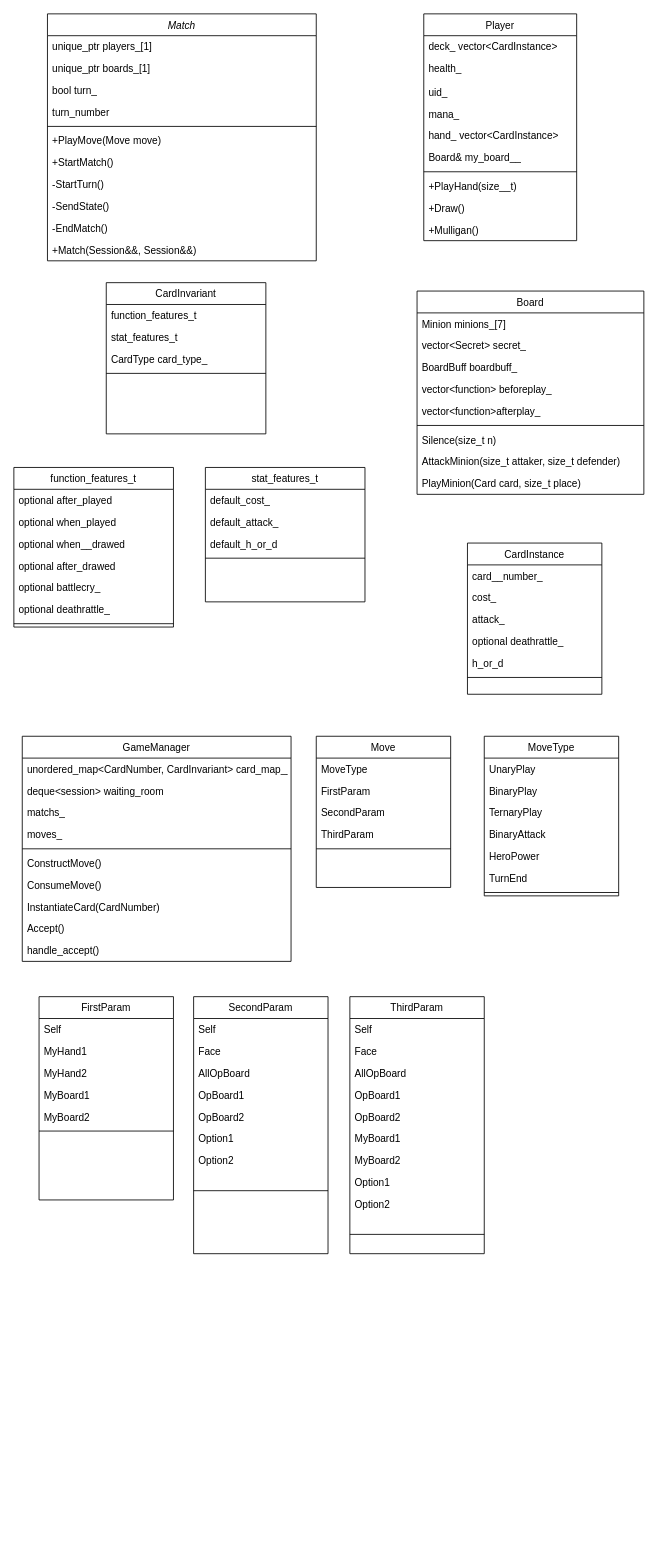
Above: overview.drawio in gsgyuhwan/hs_game_server_toyproject (draw.io), before the change. Source tidied: cells renumbered, new cells numbered last; positions are measured from the earlier drawing's top-left corner, leaving out a move shared by most shapes. Both pictures are drawn from the tidied source at 84%, with x=0, y=0 at pixel (13, 13).
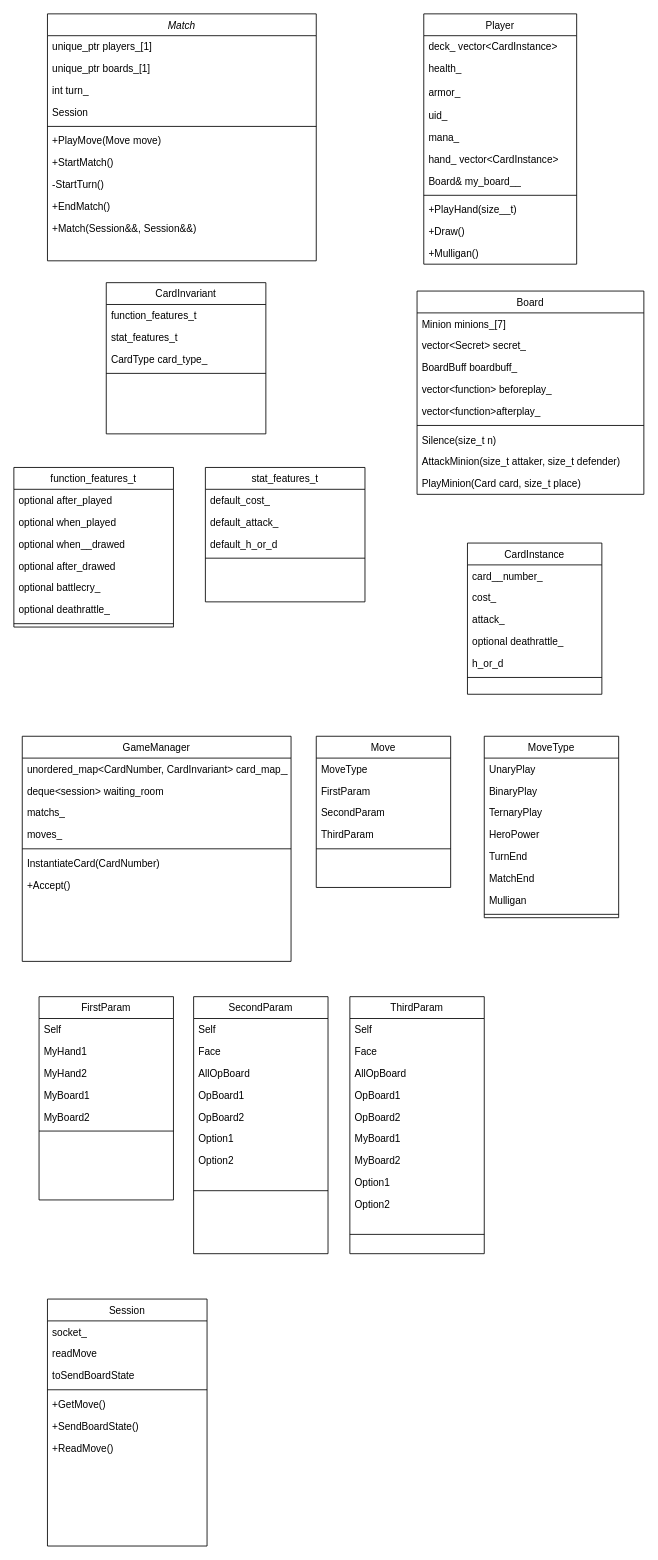
After the change.

The change refers to these unchanged cells:
```xml
<mxCell id="2" value="Match" style="swimlane;fontStyle=2;align=center;verticalAlign=top;horizontal=1;startSize=26;rounded=0;shadow=0;strokeWidth=1;" parent="1" vertex="1">
  <mxGeometry x="40" width="320" height="294" as="geometry" />
</mxCell>
<mxCell id="47" value="GameManager" style="swimlane;fontStyle=0;align=center;verticalAlign=top;horizontal=1;startSize=26;rounded=0;shadow=0;strokeWidth=1;" parent="1" vertex="1">
  <mxGeometry x="10" y="860" width="320" height="268" as="geometry" />
</mxCell>
```

The edit, as a diff of the source:
```diff
@@
-    <mxCell id="5" value="bool turn_" style="text;align=left;verticalAlign=top;spacingLeft=4;spacingRight=4;overflow=hidden;rounded=0;shadow=0;html=0;" parent="2" vertex="1">
+    <mxCell id="5" value="int turn_" style="text;align=left;verticalAlign=top;spacingLeft=4;spacingRight=4;overflow=hidden;rounded=0;shadow=0;html=0;" parent="2" vertex="1">
       <mxGeometry y="78" width="320" height="26" as="geometry" />
     </mxCell>
-    <mxCell id="6" value="turn_number" style="text;align=left;verticalAlign=top;spacingLeft=4;spacingRight=4;overflow=hidden;rounded=0;shadow=0;html=0;" parent="2" vertex="1">
+    <mxCell id="6" value="Session" style="text;align=left;verticalAlign=top;spacingLeft=4;spacingRight=4;overflow=hidden;rounded=0;shadow=0;html=0;" parent="2" vertex="1">
       <mxGeometry y="104" width="320" height="26" as="geometry" />
     </mxCell>
@@
-    <mxCell id="11" value="-SendState()" style="text;align=left;verticalAlign=top;spacingLeft=4;spacingRight=4;overflow=hidden;rounded=0;shadow=0;html=0;" parent="2" vertex="1">
-      <mxGeometry y="216" width="320" height="26" as="geometry" />
-    </mxCell>
-    <mxCell id="12" value="-EndMatch()" style="text;align=left;verticalAlign=top;spacingLeft=4;spacingRight=4;overflow=hidden;rounded=0;shadow=0;html=0;" parent="2" vertex="1">
-      <mxGeometry y="242" width="320" height="26" as="geometry" />
+    <mxCell id="12" value="+EndMatch()" style="text;align=left;verticalAlign=top;spacingLeft=4;spacingRight=4;overflow=hidden;rounded=0;shadow=0;html=0;" parent="2" vertex="1">
+      <mxGeometry y="216" width="320" height="26" as="geometry" />
     </mxCell>
     <mxCell id="13" value="+Match(Session&amp;&amp;, Session&amp;&amp;)" style="text;align=left;verticalAlign=top;spacingLeft=4;spacingRight=4;overflow=hidden;rounded=0;shadow=0;html=0;" parent="2" vertex="1">
-      <mxGeometry y="268" width="320" height="26" as="geometry" />
+      <mxGeometry y="242" width="320" height="26" as="geometry" />
     </mxCell>
     <mxCell id="14" value="Player" style="swimlane;fontStyle=0;align=center;verticalAlign=top;horizontal=1;startSize=26;rounded=0;shadow=0;strokeWidth=1;" parent="1" vertex="1">
-      <mxGeometry x="488" width="182" height="270" as="geometry" />
+      <mxGeometry x="488" width="182" height="298" as="geometry" />
     </mxCell>
@@
+    <mxCell id="112" value="armor_" style="text;align=left;verticalAlign=top;spacingLeft=4;spacingRight=4;overflow=hidden;rounded=0;shadow=0;html=0;" parent="14" vertex="1">
+      <mxGeometry y="80" width="182" height="28" as="geometry" />
+    </mxCell>
     <mxCell id="17" value="uid_" style="text;align=left;verticalAlign=top;spacingLeft=4;spacingRight=4;overflow=hidden;rounded=0;shadow=0;html=0;" parent="14" vertex="1">
-      <mxGeometry y="80" width="182" height="26" as="geometry" />
+      <mxGeometry y="108" width="182" height="26" as="geometry" />
     </mxCell>
     <mxCell id="18" value="mana_" style="text;align=left;verticalAlign=top;spacingLeft=4;spacingRight=4;overflow=hidden;rounded=0;shadow=0;html=0;" parent="14" vertex="1">
-      <mxGeometry y="106" width="182" height="26" as="geometry" />
+      <mxGeometry y="134" width="182" height="26" as="geometry" />
     </mxCell>
     <mxCell id="19" value="hand_ vector&lt;CardInstance&gt;" style="text;align=left;verticalAlign=top;spacingLeft=4;spacingRight=4;overflow=hidden;rounded=0;shadow=0;html=0;" parent="14" vertex="1">
-      <mxGeometry y="132" width="182" height="26" as="geometry" />
+      <mxGeometry y="160" width="182" height="26" as="geometry" />
     </mxCell>
     <mxCell id="20" value="Board&amp; my_board__" style="text;align=left;verticalAlign=top;spacingLeft=4;spacingRight=4;overflow=hidden;rounded=0;shadow=0;html=0;" parent="14" vertex="1">
-      <mxGeometry y="158" width="182" height="26" as="geometry" />
+      <mxGeometry y="186" width="182" height="26" as="geometry" />
     </mxCell>
     <mxCell id="21" style="line;html=1;strokeWidth=1;align=left;verticalAlign=middle;spacingTop=-1;spacingLeft=3;spacingRight=3;labelPosition=right;" parent="14" vertex="1">
-      <mxGeometry y="184" width="182" height="8" as="geometry" />
+      <mxGeometry y="212" width="182" height="8" as="geometry" />
     </mxCell>
     <mxCell id="22" value="+PlayHand(size__t)" style="text;align=left;verticalAlign=top;spacingLeft=4;spacingRight=4;overflow=hidden;rounded=0;shadow=0;html=0;" parent="14" vertex="1">
-      <mxGeometry y="192" width="182" height="26" as="geometry" />
+      <mxGeometry y="220" width="182" height="26" as="geometry" />
     </mxCell>
     <mxCell id="23" value="+Draw()" style="text;align=left;verticalAlign=top;spacingLeft=4;spacingRight=4;overflow=hidden;rounded=0;shadow=0;html=0;" parent="14" vertex="1">
-      <mxGeometry y="218" width="182" height="26" as="geometry" />
+      <mxGeometry y="246" width="182" height="26" as="geometry" />
     </mxCell>
     <mxCell id="24" value="+Mulligan()" style="text;align=left;verticalAlign=top;spacingLeft=4;spacingRight=4;overflow=hidden;rounded=0;shadow=0;html=0;" parent="14" vertex="1">
-      <mxGeometry y="244" width="182" height="26" as="geometry" />
+      <mxGeometry y="272" width="182" height="26" as="geometry" />
     </mxCell>
@@
-    <mxCell id="53" value="ConstructMove()" style="text;align=left;verticalAlign=top;spacingLeft=4;spacingRight=4;overflow=hidden;" parent="47" vertex="1">
-      <mxGeometry y="138" width="320" height="26" as="geometry" />
-    </mxCell>
-    <mxCell id="54" value="ConsumeMove()" style="text;align=left;verticalAlign=top;spacingLeft=4;spacingRight=4;overflow=hidden;" parent="47" vertex="1">
-      <mxGeometry y="164" width="320" height="26" as="geometry" />
-    </mxCell>
     <mxCell id="55" value="InstantiateCard(CardNumber)" style="text;align=left;verticalAlign=top;spacingLeft=4;spacingRight=4;overflow=hidden;" parent="47" vertex="1">
-      <mxGeometry y="190" width="320" height="26" as="geometry" />
+      <mxGeometry y="138" width="320" height="26" as="geometry" />
     </mxCell>
-    <mxCell id="56" value="Accept()" style="text;align=left;verticalAlign=top;spacingLeft=4;spacingRight=4;overflow=hidden;" parent="47" vertex="1">
-      <mxGeometry y="216" width="320" height="26" as="geometry" />
+    <mxCell id="56" value="+Accept()" style="text;align=left;verticalAlign=top;spacingLeft=4;spacingRight=4;overflow=hidden;" parent="47" vertex="1">
+      <mxGeometry y="164" width="320" height="26" as="geometry" />
     </mxCell>
-    <mxCell id="57" value="handle_accept()" style="text;align=left;verticalAlign=top;spacingLeft=4;spacingRight=4;overflow=hidden;" parent="47" vertex="1">
-      <mxGeometry y="242" width="320" height="26" as="geometry" />
-    </mxCell>
@@
     <mxCell id="71" value="MoveType" style="swimlane;fontStyle=0;align=center;verticalAlign=top;horizontal=1;startSize=26;rounded=0;shadow=0;strokeWidth=1;" parent="1" vertex="1">
-      <mxGeometry x="560" y="860" width="160" height="190" as="geometry" />
+      <mxGeometry x="560" y="860" width="160" height="216" as="geometry" />
     </mxCell>
@@
-    <mxCell id="75" value="BinaryAttack" style="text;align=left;verticalAlign=top;spacingLeft=4;spacingRight=4;overflow=hidden;" parent="71" vertex="1">
-      <mxGeometry y="104" width="160" height="26" as="geometry" />
-    </mxCell>
     <mxCell id="76" value="HeroPower" style="text;align=left;verticalAlign=top;spacingLeft=4;spacingRight=4;overflow=hidden;" parent="71" vertex="1">
-      <mxGeometry y="130" width="160" height="26" as="geometry" />
+      <mxGeometry y="104" width="160" height="26" as="geometry" />
     </mxCell>
     <mxCell id="77" value="TurnEnd" style="text;align=left;verticalAlign=top;spacingLeft=4;spacingRight=4;overflow=hidden;" parent="71" vertex="1">
-      <mxGeometry y="156" width="160" height="26" as="geometry" />
+      <mxGeometry y="130" width="160" height="26" as="geometry" />
     </mxCell>
+    <mxCell id="113" value="MatchEnd" style="text;align=left;verticalAlign=top;spacingLeft=4;spacingRight=4;overflow=hidden;" parent="71" vertex="1">
+      <mxGeometry y="156" width="160" height="26" as="geometry" />
+    </mxCell>
+    <mxCell id="114" value="Mulligan" style="text;align=left;verticalAlign=top;spacingLeft=4;spacingRight=4;overflow=hidden;" parent="71" vertex="1">
+      <mxGeometry y="182" width="160" height="26" as="geometry" />
+    </mxCell>
     <mxCell id="78" style="line;html=1;strokeWidth=1;align=left;verticalAlign=middle;spacingTop=-1;spacingLeft=3;spacingRight=3;labelPosition=right;" parent="71" vertex="1">
-      <mxGeometry y="182" width="160" height="8" as="geometry" />
+      <mxGeometry y="208" width="160" height="8" as="geometry" />
     </mxCell>
@@
+    <mxCell id="115" value="Session" style="swimlane;fontStyle=0;align=center;verticalAlign=top;horizontal=1;startSize=26;rounded=0;shadow=0;strokeWidth=1;" parent="1" vertex="1">
+      <mxGeometry x="40" y="1530" width="190" height="294" as="geometry" />
+    </mxCell>
+    <mxCell id="116" value="socket_" style="text;align=left;verticalAlign=top;spacingLeft=4;spacingRight=4;overflow=hidden;rounded=0;shadow=0;html=0;" parent="115" vertex="1">
+      <mxGeometry y="26" width="190" height="26" as="geometry" />
+    </mxCell>
+    <mxCell id="117" value="readMove" style="text;align=left;verticalAlign=top;spacingLeft=4;spacingRight=4;overflow=hidden;rounded=0;shadow=0;html=0;" parent="115" vertex="1">
+      <mxGeometry y="52" width="190" height="26" as="geometry" />
+    </mxCell>
+    <mxCell id="118" value="toSendBoardState" style="text;align=left;verticalAlign=top;spacingLeft=4;spacingRight=4;overflow=hidden;rounded=0;shadow=0;html=0;" parent="115" vertex="1">
+      <mxGeometry y="78" width="190" height="26" as="geometry" />
+    </mxCell>
+    <mxCell id="119" style="line;html=1;strokeWidth=1;align=left;verticalAlign=middle;spacingTop=-1;spacingLeft=3;spacingRight=3;labelPosition=right;" parent="115" vertex="1">
+      <mxGeometry y="104" width="190" height="8" as="geometry" />
+    </mxCell>
+    <mxCell id="120" value="+GetMove()" style="text;align=left;verticalAlign=top;spacingLeft=4;spacingRight=4;overflow=hidden;" parent="115" vertex="1">
+      <mxGeometry y="112" width="190" height="26" as="geometry" />
+    </mxCell>
+    <mxCell id="121" value="+SendBoardState()" style="text;align=left;verticalAlign=top;spacingLeft=4;spacingRight=4;overflow=hidden;" parent="115" vertex="1">
+      <mxGeometry y="138" width="190" height="26" as="geometry" />
+    </mxCell>
+    <mxCell id="122" value="+ReadMove()" style="text;align=left;verticalAlign=top;spacingLeft=4;spacingRight=4;overflow=hidden;" parent="115" vertex="1">
+      <mxGeometry y="164" width="190" height="26" as="geometry" />
+    </mxCell>
```
